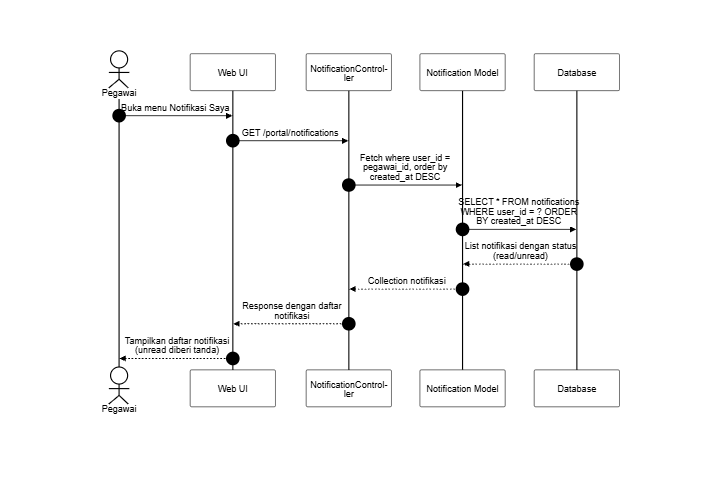
Earlier version of the Mermaid export docs/SequenceDiagram/PNG_Transparent/Notifikasi.png (SulaimanHafi23/SimpegRSHDI). Its source is kept beside it as docs/SequenceDiagram/Notifikasi.mermaid. Source of this version:
```mermaid
---
id: Notifikasi
title: Notifikasi
---
%%{init: {"theme": "base", "themeVariables": {"background": "#dddddd", "primaryColor": "#ffffff", "primaryBorderColor": "#000000", "primaryTextColor": "#000000", "lineColor": "#000000", "textColor": "#000000", "actorBkg": "#ffffff", "actorBorder": "#000000", "actorTextColor": "#000000", "activationBkgColor": "#ffffff", "activationBorderColor": "#000000", "signalColor": "#000000", "signalTextColor": "#000000", "labelBoxBkgColor": "#ffffff", "labelBoxBorderColor": "#000000", "labelTextColor": "#000000", "sequenceNumberColor": "#000000", "noteBkgColor": "#ffffff", "noteBorderColor": "#000000", "noteTextColor": "#000000"}, "sequence": {"useMaxWidth": true, "wrap": true, "messageFontSize": 12, "noteFontSize": 12}}}%%
sequenceDiagram
    autonumber
    actor P as Pegawai
    participant UI as Web UI
    participant C as NotificationController
    participant N as Notification Model
    participant DB as Database

    P->>UI: Buka menu Notifikasi Saya
    UI->>C: GET /portal/notifications
    C->>N: Fetch where user_id = pegawai_id, order by created_at DESC
    N->>DB: SELECT * FROM notifications WHERE user_id = ? ORDER BY created_at DESC
    DB-->>N: List notifikasi dengan status (read/unread)
    N-->>C: Collection notifikasi
    C-->>UI: Response dengan daftar notifikasi
    UI-->>P: Tampilkan daftar notifikasi (unread diberi tanda)
```
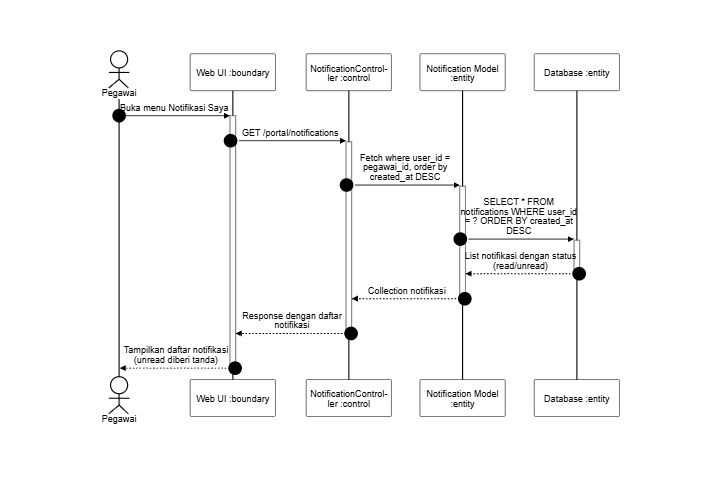
After the change.

The edit, as a diff of the source:
```diff
@@ -6,16 +6,16 @@
 sequenceDiagram
     autonumber
     actor P as Pegawai
-    participant UI as Web UI
-    participant C as NotificationController
-    participant N as Notification Model
-    participant DB as Database
+    participant UI as Web UI :boundary
+    participant C as NotificationController :control
+    participant N as Notification Model :entity
+    participant DB as Database :entity
 
-    P->>UI: Buka menu Notifikasi Saya
-    UI->>C: GET /portal/notifications
-    C->>N: Fetch where user_id = pegawai_id, order by created_at DESC
-    N->>DB: SELECT * FROM notifications WHERE user_id = ? ORDER BY created_at DESC
-    DB-->>N: List notifikasi dengan status (read/unread)
-    N-->>C: Collection notifikasi
-    C-->>UI: Response dengan daftar notifikasi
-    UI-->>P: Tampilkan daftar notifikasi (unread diberi tanda)
+    P->>+UI: Buka menu Notifikasi Saya
+    UI->>+C: GET /portal/notifications
+    C->>+N: Fetch where user_id = pegawai_id, order by created_at DESC
+    N->>+DB: SELECT * FROM notifications WHERE user_id = ? ORDER BY created_at DESC
+    DB-->>-N: List notifikasi dengan status (read/unread)
+    N-->>-C: Collection notifikasi
+    C-->>-UI: Response dengan daftar notifikasi
+    UI-->>-P: Tampilkan daftar notifikasi (unread diberi tanda)
```
